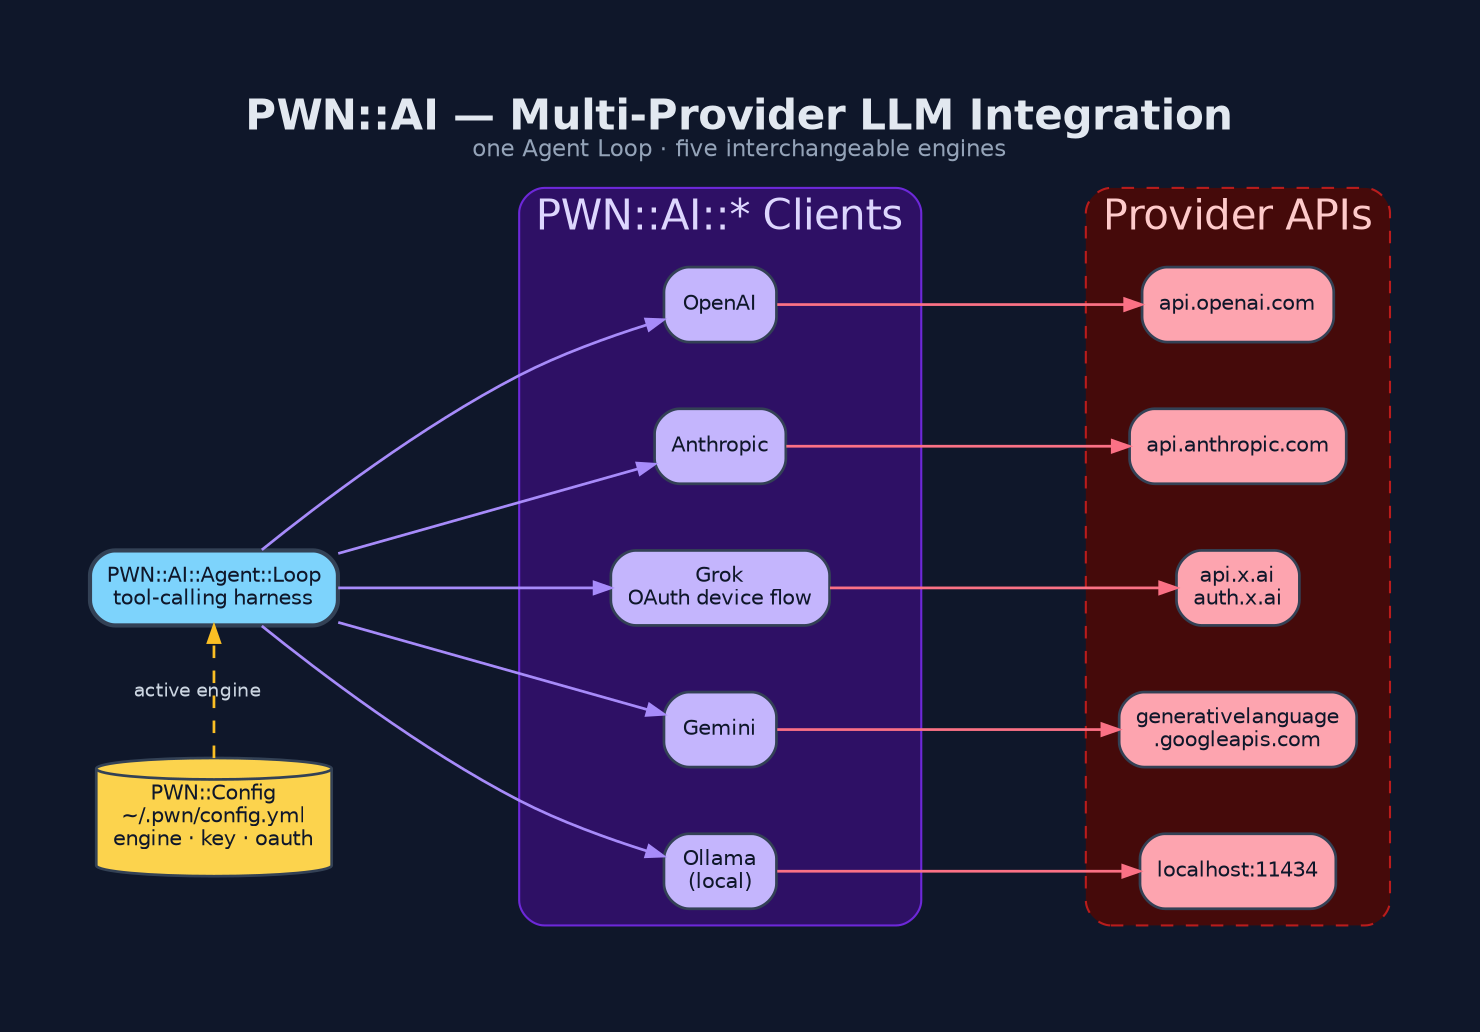
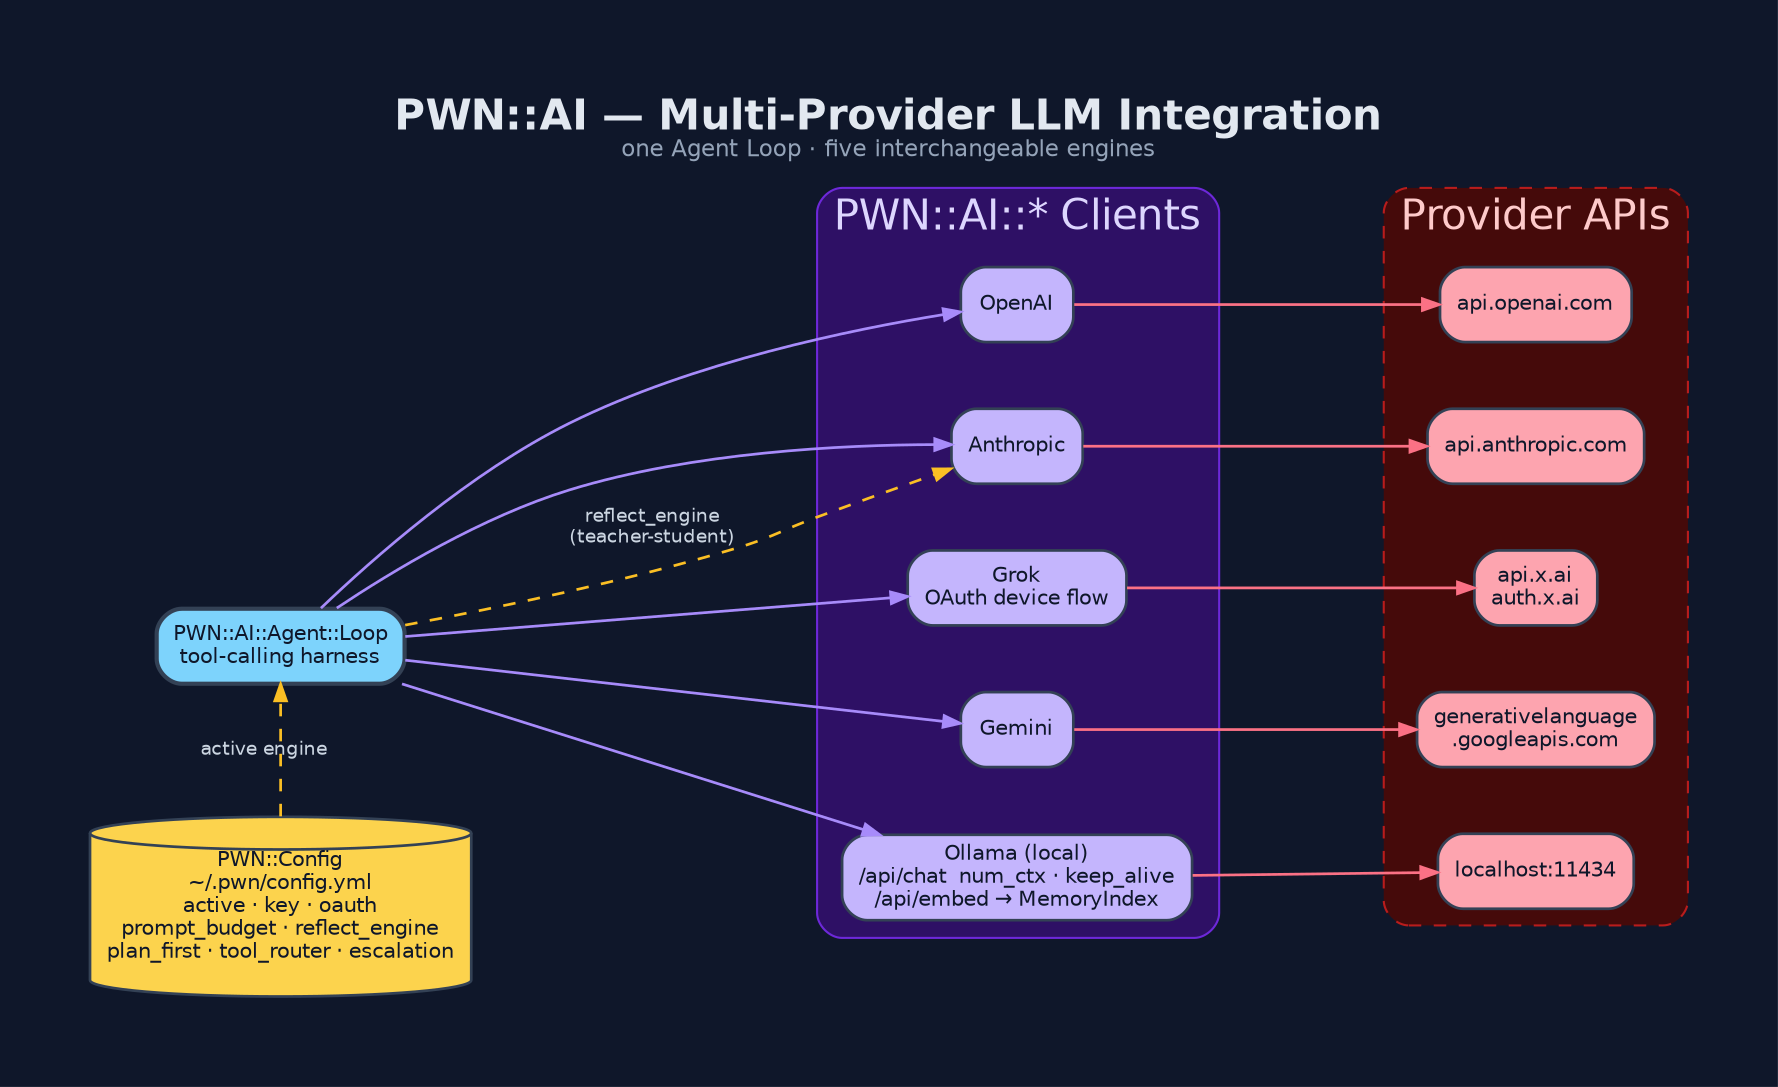
digraph "PWN_AI_Integration" {
  graph [
    label=<<B>PWN::AI — Multi-Provider LLM Integration</B><BR/><FONT POINT-SIZE="11" COLOR="#94a3b8">one Agent Loop · five interchangeable engines</FONT>>,
    labelloc=t, fontsize=20, fontname="Helvetica",
    rankdir=LR, splines=spline, nodesep=0.45, ranksep=1.3,
    bgcolor="#0f172a", fontcolor="#e2e8f0", pad=0.6, newrank=true
  ];
  node [fontname="Helvetica", fontsize=10, style="filled,rounded",
        shape=box, penwidth=1.3, color="#334155", fontcolor="#0f172a"];
  edge [fontname="Helvetica", fontsize=9, color="#94a3b8",
        fontcolor="#cbd5e1", penwidth=1.3, arrowsize=0.8];

  Loop [label="PWN::AI::Agent::Loop\ntool-calling harness", fillcolor="#7dd3fc", penwidth=2];

  subgraph cluster_c {
    label="PWN::AI::* Clients"; fontcolor="#ddd6fe"; style=rounded;
    color="#6d28d9"; bgcolor="#2e1065";
    OpenAI    [label="OpenAI",           fillcolor="#c4b5fd"];
    Anthropic [label="Anthropic",        fillcolor="#c4b5fd"];
    Grok      [label="Grok\nOAuth device flow", fillcolor="#c4b5fd"];
    Gemini    [label="Gemini",           fillcolor="#c4b5fd"];
-     Ollama    [label="Ollama\n(local)",  fillcolor="#c4b5fd"];
+     Ollama    [label="Ollama (local)\n/api/chat  num_ctx · keep_alive\n/api/embed → MemoryIndex",  fillcolor="#c4b5fd"];
  }
  {rank=same; OpenAI; Anthropic; Grok; Gemini; Ollama}

  subgraph cluster_api {
    label="Provider APIs"; fontcolor="#fecaca"; style="rounded,dashed";
    color="#b91c1c"; bgcolor="#450a0a";
    A1 [label="api.openai.com",    fillcolor="#fda4af"];
    A2 [label="api.anthropic.com", fillcolor="#fda4af"];
    A3 [label="api.x.ai\nauth.x.ai", fillcolor="#fda4af"];
    A4 [label="generativelanguage\n.googleapis.com", fillcolor="#fda4af"];
    A5 [label="localhost:11434",   fillcolor="#fda4af"];
  }
  {rank=same; A1; A2; A3; A4; A5}

-   Cfg [label="PWN::Config\n~/.pwn/config.yml\nengine · key · oauth", shape=cylinder, fillcolor="#fcd34d"];
+   Cfg [label="PWN::Config\n~/.pwn/config.yml\nactive · key · oauth\nprompt_budget · reflect_engine\nplan_first · tool_router · escalation", shape=cylinder, fillcolor="#fcd34d"];

  Loop -> OpenAI    [color="#a78bfa"];
  Loop -> Anthropic [color="#a78bfa"];
  Loop -> Grok      [color="#a78bfa"];
  Loop -> Gemini    [color="#a78bfa"];
  Loop -> Ollama    [color="#a78bfa"];
  OpenAI    -> A1 [color="#fb7185"];
  Anthropic -> A2 [color="#fb7185"];
  Grok      -> A3 [color="#fb7185"];
  Gemini    -> A4 [color="#fb7185"];
  Ollama    -> A5 [color="#fb7185"];
  Cfg -> Loop [label="active engine", style=dashed, color="#fbbf24", constraint=false];
+   Loop -> Anthropic [label="reflect_engine\n(teacher-student)", style=dashed, color="#fbbf24", constraint=false];
}
